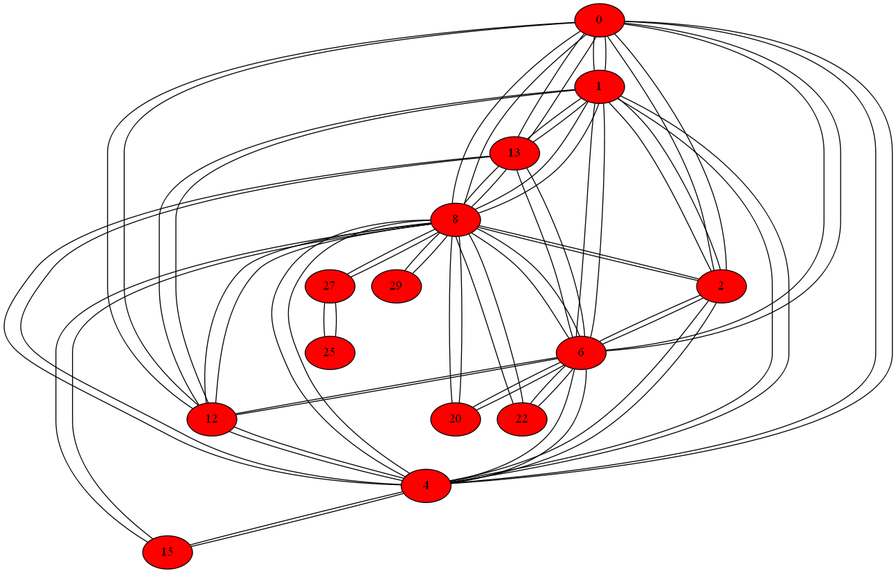
Earlier version of the Graphviz export Compiler/iGraph.png (mbajaj92/Project-Astoria). Its source is kept beside it as Compiler/iGraph.dot. Its diagram source:
```dot
graph {
0[label="0" style=filled fillcolor="red"];
0 -- 1
0 -- 2
0 -- 4
0 -- 6
0 -- 8
0 -- 12
0 -- 13
1[label="1" style=filled fillcolor="red"];
1 -- 0
1 -- 2
1 -- 4
1 -- 6
1 -- 8
1 -- 12
1 -- 13
2[label="2" style=filled fillcolor="red"];
2 -- 0
2 -- 1
2 -- 4
2 -- 6
2 -- 8
4[label="4" style=filled fillcolor="red"];
4 -- 0
4 -- 1
4 -- 2
4 -- 6
4 -- 8
4 -- 12
4 -- 13
4 -- 15
6[label="6" style=filled fillcolor="red"];
6 -- 0
6 -- 1
6 -- 2
6 -- 20
6 -- 4
6 -- 22
6 -- 8
6 -- 12
6 -- 13
8[label="8" style=filled fillcolor="red"];
8 -- 0
8 -- 1
8 -- 2
8 -- 20
8 -- 4
8 -- 22
8 -- 6
8 -- 27
8 -- 12
8 -- 29
8 -- 13
8 -- 15
12[label="12" style=filled fillcolor="red"];
12 -- 0
12 -- 1
12 -- 4
12 -- 6
12 -- 8
13[label="13" style=filled fillcolor="red"];
13 -- 0
13 -- 1
13 -- 4
13 -- 6
13 -- 8
15[label="15" style=filled fillcolor="red"];
15 -- 4
15 -- 8
20[label="20" style=filled fillcolor="red"];
20 -- 6
20 -- 8
22[label="22" style=filled fillcolor="red"];
22 -- 6
22 -- 8
25[label="25" style=filled fillcolor="red"];
25 -- 27
27[label="27" style=filled fillcolor="red"];
27 -- 8
27 -- 25
29[label="29" style=filled fillcolor="red"];
29 -- 8
}
```
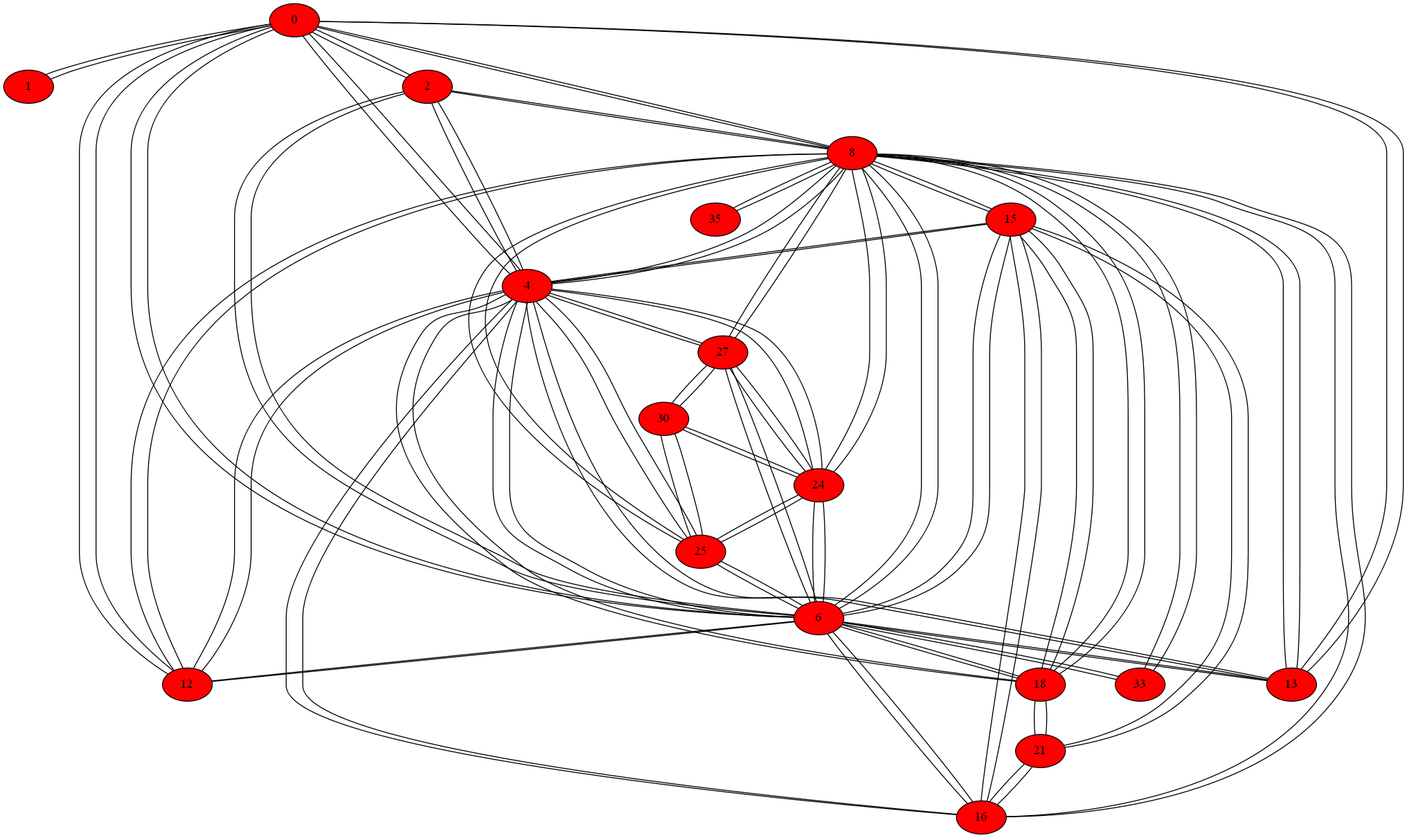
Above is the later version.

Change to the diagram source:
```diff
@@ -7,78 +7,114 @@
 0 -- 8
 0 -- 12
 0 -- 13
+33[label="33" style=filled fillcolor="red"];
+33 -- 6
+33 -- 8
 1[label="1" style=filled fillcolor="red"];
 1 -- 0
-1 -- 2
-1 -- 4
-1 -- 6
-1 -- 8
-1 -- 12
-1 -- 13
 2[label="2" style=filled fillcolor="red"];
 2 -- 0
-2 -- 1
 2 -- 4
 2 -- 6
 2 -- 8
+35[label="35" style=filled fillcolor="red"];
+35 -- 8
 4[label="4" style=filled fillcolor="red"];
+4 -- 16
 4 -- 0
-4 -- 1
+4 -- 18
 4 -- 2
 4 -- 6
+4 -- 24
 4 -- 8
+4 -- 25
+4 -- 27
 4 -- 12
 4 -- 13
 4 -- 15
 6[label="6" style=filled fillcolor="red"];
 6 -- 0
-6 -- 1
+6 -- 33
 6 -- 2
-6 -- 20
 6 -- 4
-6 -- 22
 6 -- 8
 6 -- 12
 6 -- 13
+6 -- 15
+6 -- 16
+6 -- 18
+6 -- 24
+6 -- 25
+6 -- 27
 8[label="8" style=filled fillcolor="red"];
 8 -- 0
-8 -- 1
+8 -- 33
 8 -- 2
-8 -- 20
+8 -- 35
 8 -- 4
-8 -- 22
 8 -- 6
-8 -- 27
 8 -- 12
-8 -- 29
 8 -- 13
 8 -- 15
+8 -- 16
+8 -- 18
+8 -- 24
+8 -- 25
+8 -- 27
 12[label="12" style=filled fillcolor="red"];
 12 -- 0
-12 -- 1
 12 -- 4
 12 -- 6
 12 -- 8
 13[label="13" style=filled fillcolor="red"];
 13 -- 0
-13 -- 1
 13 -- 4
 13 -- 6
 13 -- 8
 15[label="15" style=filled fillcolor="red"];
+15 -- 16
+15 -- 18
 15 -- 4
+15 -- 21
+15 -- 6
 15 -- 8
-20[label="20" style=filled fillcolor="red"];
-20 -- 6
-20 -- 8
-22[label="22" style=filled fillcolor="red"];
-22 -- 6
-22 -- 8
+16[label="16" style=filled fillcolor="red"];
+16 -- 4
+16 -- 21
+16 -- 6
+16 -- 8
+16 -- 15
+18[label="18" style=filled fillcolor="red"];
+18 -- 4
+18 -- 21
+18 -- 6
+18 -- 8
+18 -- 15
+21[label="21" style=filled fillcolor="red"];
+21 -- 16
+21 -- 18
+21 -- 15
+24[label="24" style=filled fillcolor="red"];
+24 -- 4
+24 -- 6
+24 -- 8
+24 -- 25
+24 -- 27
+24 -- 30
 25[label="25" style=filled fillcolor="red"];
-25 -- 27
+25 -- 4
+25 -- 6
+25 -- 8
+25 -- 24
+25 -- 30
 27[label="27" style=filled fillcolor="red"];
+27 -- 4
+27 -- 6
 27 -- 8
-27 -- 25
-29[label="29" style=filled fillcolor="red"];
-29 -- 8
+27 -- 24
+27 -- 30
+30[label="30" style=filled fillcolor="red"];
+30 -- 24
+30 -- 25
+30 -- 27
 }
```
